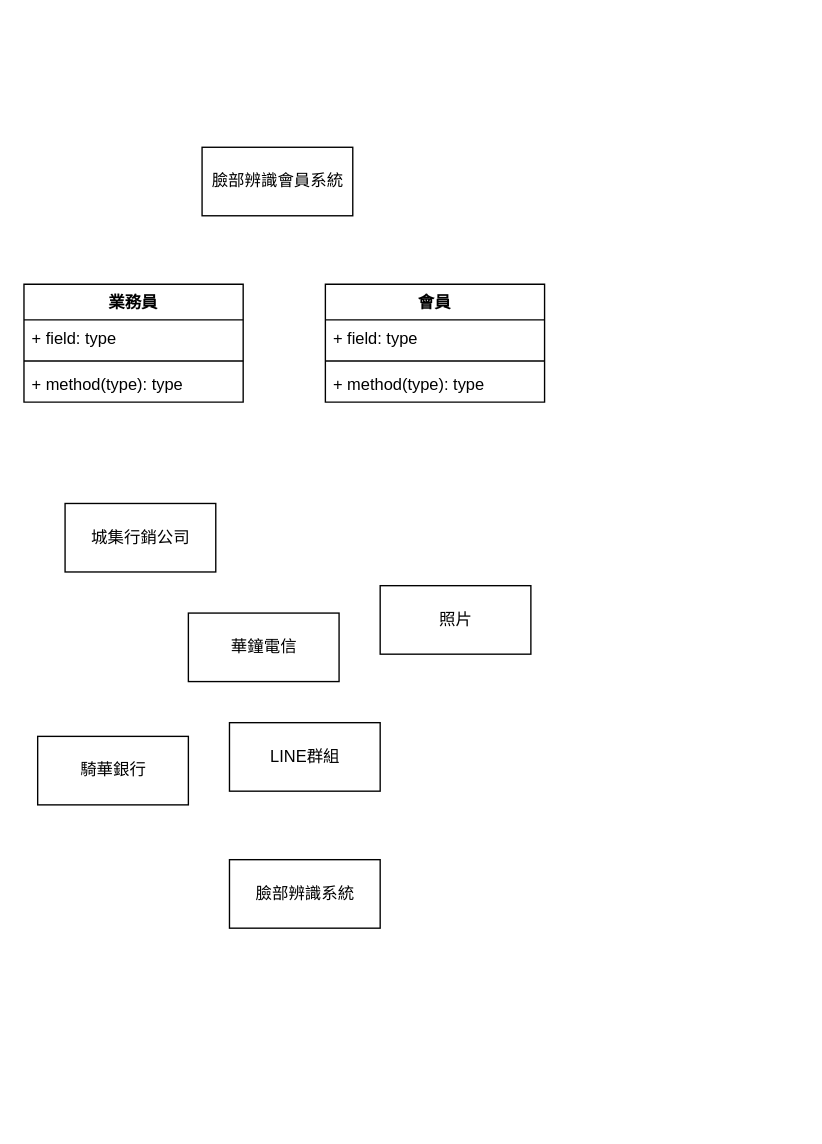
Earlier version of the draw.io diagram page "(d) 小題" (2 of 2) of sample2.drawio (35596035/110-2Mid). Source tidied: cells renumbered, new cells numbered last; positions are measured from the earlier drawing's top-left corner, leaving out a move shared by most shapes. Both pictures are drawn from the tidied source at 137%, with x=0, y=0 at pixel (23, 147).
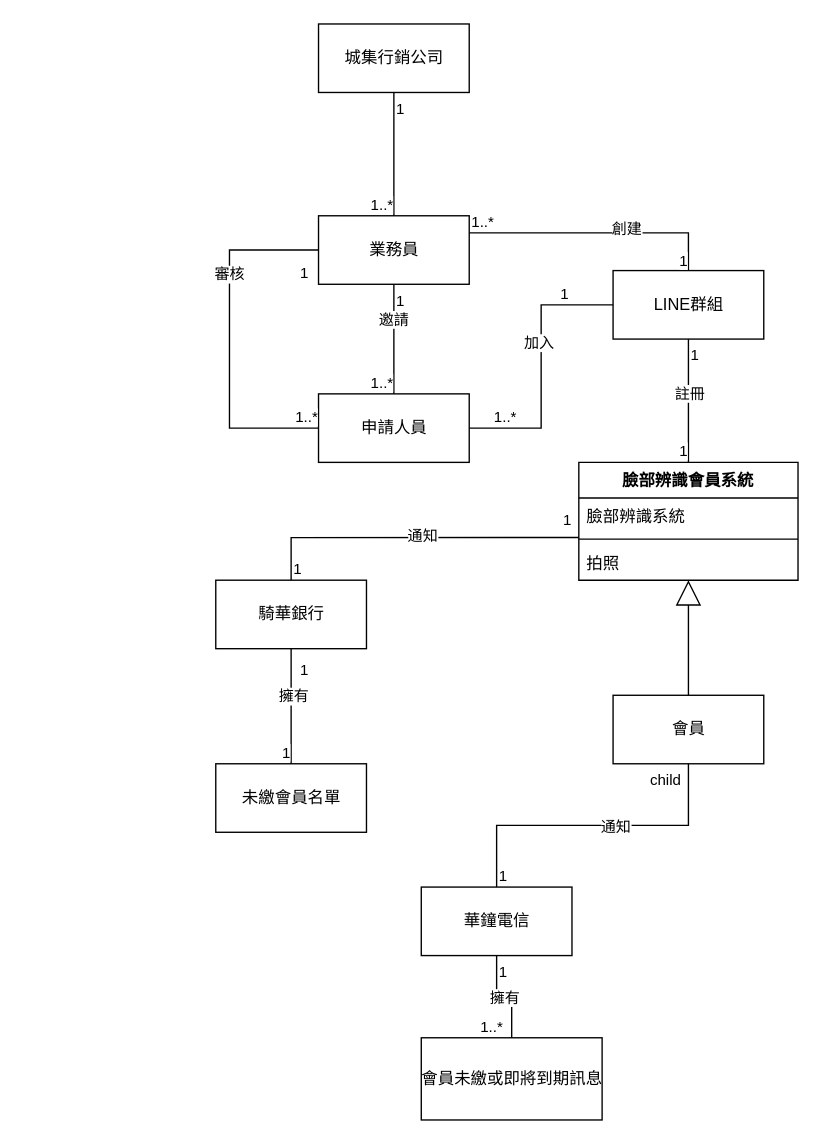
The same diagram, later.

What changed in the source:
```diff
@@
     <mxCell id="2" value="華鐘電信" style="html=1;" parent="1" vertex="1">
-      <mxGeometry x="120" y="340" width="110" height="50" as="geometry" />
+      <mxGeometry x="290" y="540" width="110" height="50" as="geometry" />
     </mxCell>
-    <mxCell id="3" value="會員" style="swimlane;fontStyle=1;align=center;verticalAlign=top;horizontal=1;startSize=26;" parent="1" vertex="1">
-      <mxGeometry x="220" y="100" width="160" height="86" as="geometry" />
-    </mxCell>
-    <mxCell id="4" value="+ field: type" style="text;strokeColor=none;fillColor=none;align=left;verticalAlign=top;spacingLeft=4;spacingRight=4;overflow=hidden;" parent="3" vertex="1">
-      <mxGeometry y="26" width="160" height="26" as="geometry" />
-    </mxCell>
-    <mxCell id="5" style="line;strokeWidth=1;fillColor=none;align=left;verticalAlign=middle;spacingTop=-1;spacingLeft=3;spacingRight=3;labelPosition=right;" parent="3" vertex="1">
-      <mxGeometry y="52" width="160" height="8" as="geometry" />
-    </mxCell>
-    <mxCell id="6" value="+ method(type): type" style="text;strokeColor=none;fillColor=none;align=left;verticalAlign=top;spacingLeft=4;spacingRight=4;overflow=hidden;" parent="3" vertex="1">
-      <mxGeometry y="60" width="160" height="26" as="geometry" />
-    </mxCell>
-    <mxCell id="7" value="業務員" style="swimlane;fontStyle=1;align=center;verticalAlign=top;horizontal=1;startSize=26;" parent="1" vertex="1">
-      <mxGeometry y="100" width="160" height="86" as="geometry" />
-    </mxCell>
-    <mxCell id="8" value="+ field: type" style="text;strokeColor=none;fillColor=none;align=left;verticalAlign=top;spacingLeft=4;spacingRight=4;overflow=hidden;" parent="7" vertex="1">
-      <mxGeometry y="26" width="160" height="26" as="geometry" />
-    </mxCell>
-    <mxCell id="9" style="line;strokeWidth=1;fillColor=none;align=left;verticalAlign=middle;spacingTop=-1;spacingLeft=3;spacingRight=3;labelPosition=right;" parent="7" vertex="1">
-      <mxGeometry y="52" width="160" height="8" as="geometry" />
-    </mxCell>
-    <mxCell id="10" value="+ method(type): type" style="text;strokeColor=none;fillColor=none;align=left;verticalAlign=top;spacingLeft=4;spacingRight=4;overflow=hidden;" parent="7" vertex="1">
-      <mxGeometry y="60" width="160" height="26" as="geometry" />
-    </mxCell>
-    <mxCell id="11" value="臉部辨識系統" style="html=1;" parent="1" vertex="1">
-      <mxGeometry x="150" y="520" width="110" height="50" as="geometry" />
-    </mxCell>
-    <mxCell id="12" value="臉部辨識會員系統" style="html=1;" parent="1" vertex="1">
-      <mxGeometry x="130" width="110" height="50" as="geometry" />
-    </mxCell>
     <mxCell id="13" value="騎華銀行" style="html=1;" parent="1" vertex="1">
-      <mxGeometry x="10" y="430" width="110" height="50" as="geometry" />
+      <mxGeometry x="140" y="316" width="110" height="50" as="geometry" />
     </mxCell>
     <mxCell id="14" value="城集行銷公司" style="html=1;" parent="1" vertex="1">
-      <mxGeometry x="30" y="260" width="110" height="50" as="geometry" />
+      <mxGeometry x="215" y="-90" width="110" height="50" as="geometry" />
     </mxCell>
     <mxCell id="15" value="LINE群組" style="html=1;" parent="1" vertex="1">
-      <mxGeometry x="150" y="420" width="110" height="50" as="geometry" />
+      <mxGeometry x="430" y="90" width="110" height="50" as="geometry" />
     </mxCell>
-    <mxCell id="16" value="照片" style="html=1;" parent="1" vertex="1">
-      <mxGeometry x="260" y="320" width="110" height="50" as="geometry" />
-    </mxCell>
+    <mxCell id="12" value="臉部辨識會員系統" style="swimlane;fontStyle=1;align=center;verticalAlign=top;horizontal=1;startSize=26;" parent="1" vertex="1">
+      <mxGeometry x="405" y="230" width="160" height="86" as="geometry" />
+    </mxCell>
+    <mxCell id="11" value="臉部辨識系統" style="text;strokeColor=none;fillColor=none;align=left;verticalAlign=top;spacingLeft=4;spacingRight=4;overflow=hidden;points=[[0,0.5],[1,0.5]];portConstraint=eastwest;" parent="12" vertex="1">
+      <mxGeometry y="26" width="160" height="26" as="geometry" />
+    </mxCell>
+    <mxCell id="17" style="line;strokeWidth=1;fillColor=none;align=left;verticalAlign=middle;spacingTop=-1;spacingLeft=3;spacingRight=3;labelPosition=right;" parent="12" vertex="1">
+      <mxGeometry y="52" width="160" height="8" as="geometry" />
+    </mxCell>
+    <mxCell id="18" value="拍照" style="text;strokeColor=none;fillColor=none;align=left;verticalAlign=top;spacingLeft=4;spacingRight=4;overflow=hidden;" parent="12" vertex="1">
+      <mxGeometry y="60" width="160" height="26" as="geometry" />
+    </mxCell>
+    <mxCell id="3" value="會員" style="html=1;" parent="1" vertex="1">
+      <mxGeometry x="430" y="400" width="110" height="50" as="geometry" />
+    </mxCell>
+    <mxCell id="7" value="業務員" style="html=1;" parent="1" vertex="1">
+      <mxGeometry x="215" y="50" width="110" height="50" as="geometry" />
+    </mxCell>
+    <mxCell id="19" value="申請人員" style="html=1;" parent="1" vertex="1">
+      <mxGeometry x="215" y="180" width="110" height="50" as="geometry" />
+    </mxCell>
+    <mxCell id="20" value="會員未繳或即將到期訊息" style="html=1;" parent="1" vertex="1">
+      <mxGeometry x="290" y="650" width="132" height="60" as="geometry" />
+    </mxCell>
+    <mxCell id="21" value="未繳會員名單" style="html=1;" parent="1" vertex="1">
+      <mxGeometry x="140" y="450" width="110" height="50" as="geometry" />
+    </mxCell>
+    <mxCell id="22" style="endArrow=none;html=1;edgeStyle=orthogonalEdgeStyle;rounded=0;exitX=0.5;exitY=1;exitDx=0;exitDy=0;entryX=0.5;entryY=0;entryDx=0;entryDy=0;" parent="1" edge="1" source="14" target="7">
+      <mxGeometry relative="1" as="geometry" />
+    </mxCell>
+    <mxCell id="23" value="1" style="edgeLabel;html=1;align=left;verticalAlign=bottom;" parent="22" vertex="1">
+      <mxGeometry x="-1" relative="1" as="geometry">
+        <mxPoint y="20" as="offset" />
+      </mxGeometry>
+    </mxCell>
+    <mxCell id="24" value="1..*" style="edgeLabel;html=1;align=right;verticalAlign=bottom;" parent="22" vertex="1">
+      <mxGeometry x="1" relative="1" as="geometry" />
+    </mxCell>
+    <mxCell id="25" style="endArrow=none;html=1;edgeStyle=orthogonalEdgeStyle;rounded=0;exitX=0.5;exitY=1;exitDx=0;exitDy=0;entryX=0.5;entryY=0;entryDx=0;entryDy=0;" parent="1" edge="1" source="7" target="19">
+      <mxGeometry relative="1" as="geometry" />
+    </mxCell>
+    <mxCell id="26" value="1" style="edgeLabel;html=1;align=left;verticalAlign=bottom;" parent="25" vertex="1">
+      <mxGeometry x="-1" relative="1" as="geometry">
+        <mxPoint y="20" as="offset" />
+      </mxGeometry>
+    </mxCell>
+    <mxCell id="27" value="1..*" style="edgeLabel;html=1;align=right;verticalAlign=bottom;" parent="25" vertex="1">
+      <mxGeometry x="1" relative="1" as="geometry" />
+    </mxCell>
+    <mxCell id="28" value="邀請" style="edgeLabel;html=1;align=center;verticalAlign=middle;" parent="25" vertex="1">
+      <mxGeometry x="-0.37" y="-1" relative="1" as="geometry" />
+    </mxCell>
+    <mxCell id="29" style="endArrow=none;html=1;edgeStyle=orthogonalEdgeStyle;rounded=0;exitX=0;exitY=0.5;exitDx=0;exitDy=0;entryX=1;entryY=0.5;entryDx=0;entryDy=0;" parent="1" edge="1" source="15" target="19">
+      <mxGeometry relative="1" as="geometry" />
+    </mxCell>
+    <mxCell id="30" value="1" style="edgeLabel;html=1;align=left;verticalAlign=bottom;" parent="29" vertex="1">
+      <mxGeometry x="-1" relative="1" as="geometry">
+        <mxPoint x="-40" as="offset" />
+      </mxGeometry>
+    </mxCell>
+    <mxCell id="31" value="1..*" style="edgeLabel;html=1;align=right;verticalAlign=bottom;" parent="29" vertex="1">
+      <mxGeometry x="1" relative="1" as="geometry">
+        <mxPoint x="35" as="offset" />
+      </mxGeometry>
+    </mxCell>
+    <mxCell id="32" value="加入" style="edgeLabel;html=1;align=center;verticalAlign=middle;" parent="29" vertex="1">
+      <mxGeometry x="-0.19" y="-2" relative="1" as="geometry">
+        <mxPoint y="1" as="offset" />
+      </mxGeometry>
+    </mxCell>
+    <mxCell id="33" style="endArrow=none;html=1;edgeStyle=orthogonalEdgeStyle;rounded=0;exitX=1;exitY=0.25;exitDx=0;exitDy=0;entryX=0.5;entryY=0;entryDx=0;entryDy=0;" parent="1" edge="1" source="7" target="15">
+      <mxGeometry relative="1" as="geometry" />
+    </mxCell>
+    <mxCell id="34" value="1..*" style="edgeLabel;html=1;align=left;verticalAlign=bottom;" parent="33" vertex="1">
+      <mxGeometry x="-1" relative="1" as="geometry" />
+    </mxCell>
+    <mxCell id="35" value="1" style="edgeLabel;html=1;align=right;verticalAlign=bottom;" parent="33" vertex="1">
+      <mxGeometry x="1" relative="1" as="geometry" />
+    </mxCell>
+    <mxCell id="36" value="創建" style="edgeLabel;html=1;align=center;verticalAlign=middle;" parent="33" vertex="1">
+      <mxGeometry x="0.22" y="4" relative="1" as="geometry">
+        <mxPoint y="1" as="offset" />
+      </mxGeometry>
+    </mxCell>
+    <mxCell id="37" style="endArrow=none;html=1;edgeStyle=orthogonalEdgeStyle;rounded=0;exitX=0.5;exitY=1;exitDx=0;exitDy=0;entryX=0.5;entryY=0;entryDx=0;entryDy=0;" parent="1" edge="1" source="15" target="12">
+      <mxGeometry relative="1" as="geometry" />
+    </mxCell>
+    <mxCell id="38" value="1" style="edgeLabel;html=1;align=left;verticalAlign=bottom;" parent="37" vertex="1">
+      <mxGeometry x="-1" relative="1" as="geometry">
+        <mxPoint y="20" as="offset" />
+      </mxGeometry>
+    </mxCell>
+    <mxCell id="39" value="1" style="edgeLabel;html=1;align=right;verticalAlign=bottom;" parent="37" vertex="1">
+      <mxGeometry x="1" relative="1" as="geometry" />
+    </mxCell>
+    <mxCell id="40" value="註冊" style="edgeLabel;html=1;align=center;verticalAlign=middle;" parent="37" vertex="1">
+      <mxGeometry x="-0.13" relative="1" as="geometry" />
+    </mxCell>
+    <mxCell id="41" style="endArrow=none;html=1;edgeStyle=orthogonalEdgeStyle;rounded=0;exitX=0;exitY=0.5;exitDx=0;exitDy=0;entryX=0;entryY=0.5;entryDx=0;entryDy=0;" parent="1" edge="1" source="7" target="19">
+      <mxGeometry relative="1" as="geometry">
+        <Array as="points">
+          <mxPoint x="150" y="75" />
+          <mxPoint x="150" y="205" />
+        </Array>
+      </mxGeometry>
+    </mxCell>
+    <mxCell id="42" value="1" style="edgeLabel;html=1;align=left;verticalAlign=bottom;" parent="41" vertex="1">
+      <mxGeometry x="-1" relative="1" as="geometry">
+        <mxPoint x="-15" y="25" as="offset" />
+      </mxGeometry>
+    </mxCell>
+    <mxCell id="43" value="1..*" style="edgeLabel;html=1;align=right;verticalAlign=bottom;" parent="41" vertex="1">
+      <mxGeometry x="1" relative="1" as="geometry" />
+    </mxCell>
+    <mxCell id="44" value="審核" style="edgeLabel;html=1;align=center;verticalAlign=middle;" parent="41" vertex="1">
+      <mxGeometry x="-0.37" y="-1" relative="1" as="geometry" />
+    </mxCell>
+    <mxCell id="45" style="endArrow=block;endSize=16;endFill=0;html=1;rounded=0;entryX=0.5;entryY=1;entryDx=0;entryDy=0;exitX=0.5;exitY=0;exitDx=0;exitDy=0;" parent="1" edge="1" source="3" target="12">
+      <mxGeometry relative="1" as="geometry" />
+    </mxCell>
+    <mxCell id="46" style="endArrow=none;html=1;edgeStyle=orthogonalEdgeStyle;rounded=0;entryX=0.5;entryY=1;entryDx=0;entryDy=0;exitX=0.5;exitY=0;exitDx=0;exitDy=0;" parent="1" edge="1" source="2" target="3">
+      <mxGeometry relative="1" as="geometry" />
+    </mxCell>
+    <mxCell id="47" value="1" style="edgeLabel;html=1;align=left;verticalAlign=bottom;" parent="46" vertex="1">
+      <mxGeometry x="-1" relative="1" as="geometry" />
+    </mxCell>
+    <mxCell id="48" value="child" style="edgeLabel;html=1;align=right;verticalAlign=bottom;" parent="46" vertex="1">
+      <mxGeometry x="1" relative="1" as="geometry">
+        <mxPoint x="-5" y="20" as="offset" />
+      </mxGeometry>
+    </mxCell>
+    <mxCell id="49" value="通知" style="edgeLabel;html=1;align=center;verticalAlign=middle;" parent="46" vertex="1">
+      <mxGeometry x="0.14" relative="1" as="geometry" />
+    </mxCell>
+    <mxCell id="50" style="endArrow=none;html=1;edgeStyle=orthogonalEdgeStyle;rounded=0;exitX=0.5;exitY=1;exitDx=0;exitDy=0;entryX=0.5;entryY=0;entryDx=0;entryDy=0;" parent="1" edge="1" source="13" target="21">
+      <mxGeometry relative="1" as="geometry" />
+    </mxCell>
+    <mxCell id="51" value="1" style="edgeLabel;html=1;align=left;verticalAlign=bottom;" parent="50" vertex="1">
+      <mxGeometry x="-1" relative="1" as="geometry">
+        <mxPoint x="5" y="24" as="offset" />
+      </mxGeometry>
+    </mxCell>
+    <mxCell id="52" value="1" style="edgeLabel;html=1;align=right;verticalAlign=bottom;" parent="50" vertex="1">
+      <mxGeometry x="1" relative="1" as="geometry" />
+    </mxCell>
+    <mxCell id="53" value="擁有" style="edgeLabel;html=1;align=center;verticalAlign=middle;" parent="50" vertex="1">
+      <mxGeometry x="-0.2" y="1" relative="1" as="geometry" />
+    </mxCell>
+    <mxCell id="54" style="endArrow=none;html=1;edgeStyle=orthogonalEdgeStyle;rounded=0;exitX=0.5;exitY=0;exitDx=0;exitDy=0;entryX=0;entryY=1.11;entryDx=0;entryDy=0;entryPerimeter=0;" parent="1" edge="1" source="13" target="11">
+      <mxGeometry relative="1" as="geometry" />
+    </mxCell>
+    <mxCell id="55" value="1" style="edgeLabel;html=1;align=left;verticalAlign=bottom;" parent="54" vertex="1">
+      <mxGeometry x="-1" relative="1" as="geometry" />
+    </mxCell>
+    <mxCell id="56" value="1" style="edgeLabel;html=1;align=right;verticalAlign=bottom;" parent="54" vertex="1">
+      <mxGeometry x="1" relative="1" as="geometry">
+        <mxPoint x="-5" y="-5" as="offset" />
+      </mxGeometry>
+    </mxCell>
+    <mxCell id="57" value="通知" style="edgeLabel;html=1;align=center;verticalAlign=middle;" parent="54" vertex="1">
+      <mxGeometry x="0.05" y="1" relative="1" as="geometry" />
+    </mxCell>
+    <mxCell id="58" style="endArrow=none;html=1;edgeStyle=orthogonalEdgeStyle;rounded=0;exitX=0.5;exitY=1;exitDx=0;exitDy=0;entryX=0.5;entryY=0;entryDx=0;entryDy=0;" parent="1" edge="1" source="2" target="20">
+      <mxGeometry relative="1" as="geometry" />
+    </mxCell>
+    <mxCell id="59" value="1" style="edgeLabel;html=1;align=left;verticalAlign=bottom;" parent="58" vertex="1">
+      <mxGeometry x="-1" relative="1" as="geometry">
+        <mxPoint y="20" as="offset" />
+      </mxGeometry>
+    </mxCell>
+    <mxCell id="60" value="1..*" style="edgeLabel;html=1;align=right;verticalAlign=bottom;" parent="58" vertex="1">
+      <mxGeometry x="1" relative="1" as="geometry">
+        <mxPoint x="-6" as="offset" />
+      </mxGeometry>
+    </mxCell>
+    <mxCell id="61" value="擁有" style="edgeLabel;html=1;align=center;verticalAlign=middle;" parent="58" vertex="1">
+      <mxGeometry x="-0.36" relative="1" as="geometry">
+        <mxPoint x="5" y="7" as="offset" />
+      </mxGeometry>
+    </mxCell>
```
